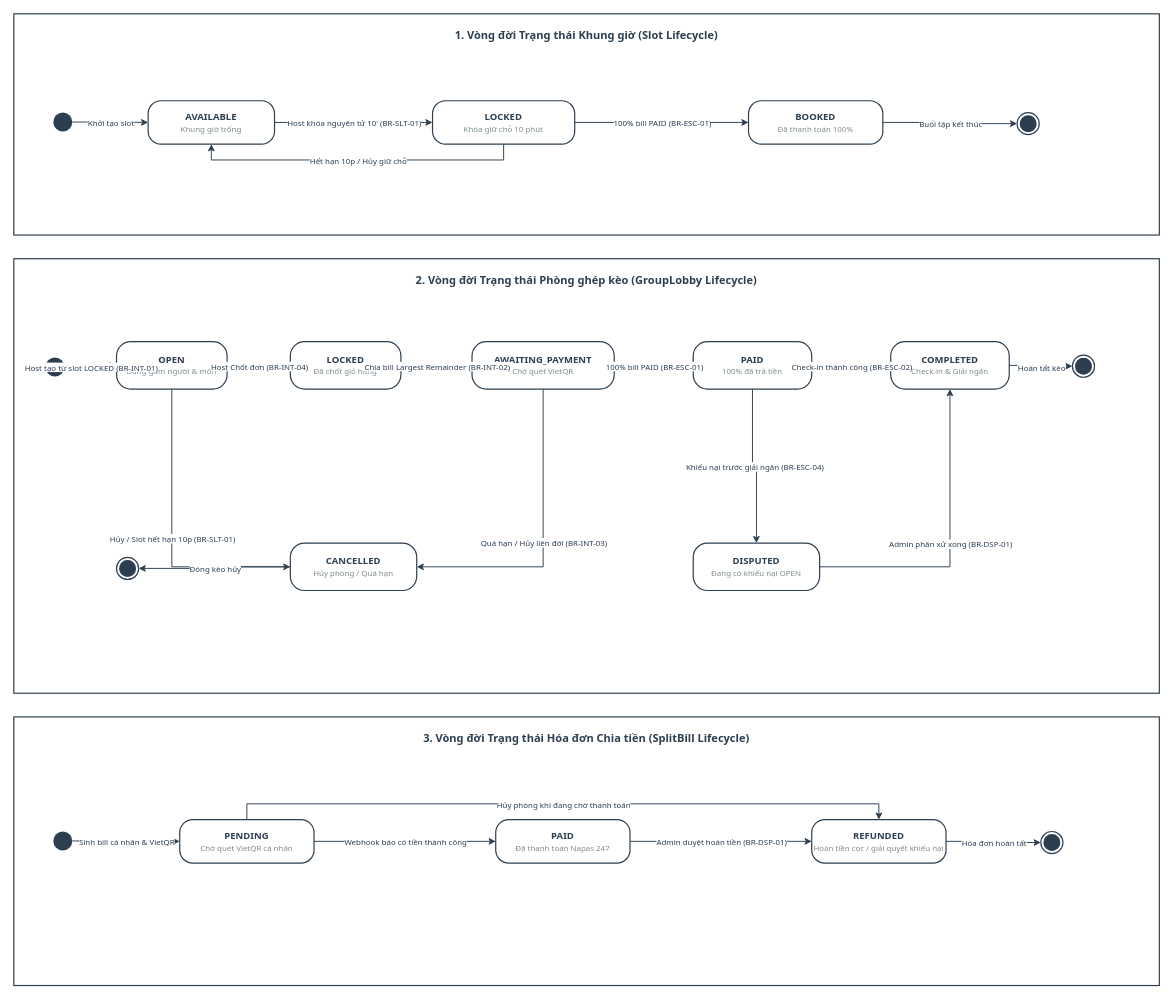
Des1r3d/WebKD keeps this draw.io diagram as page "Vòng đời Slot, Lobby & Bill" (1 of 2) of docs/diagrams/StateMachine.drawio. Above is the earlier version. Source tidied: cells renumbered, new cells numbered last; positions are measured from the earlier drawing's top-left corner, leaving out a move shared by most shapes. Both pictures are drawn from the tidied source at 79%, with x=0, y=0 at pixel (13, 13).
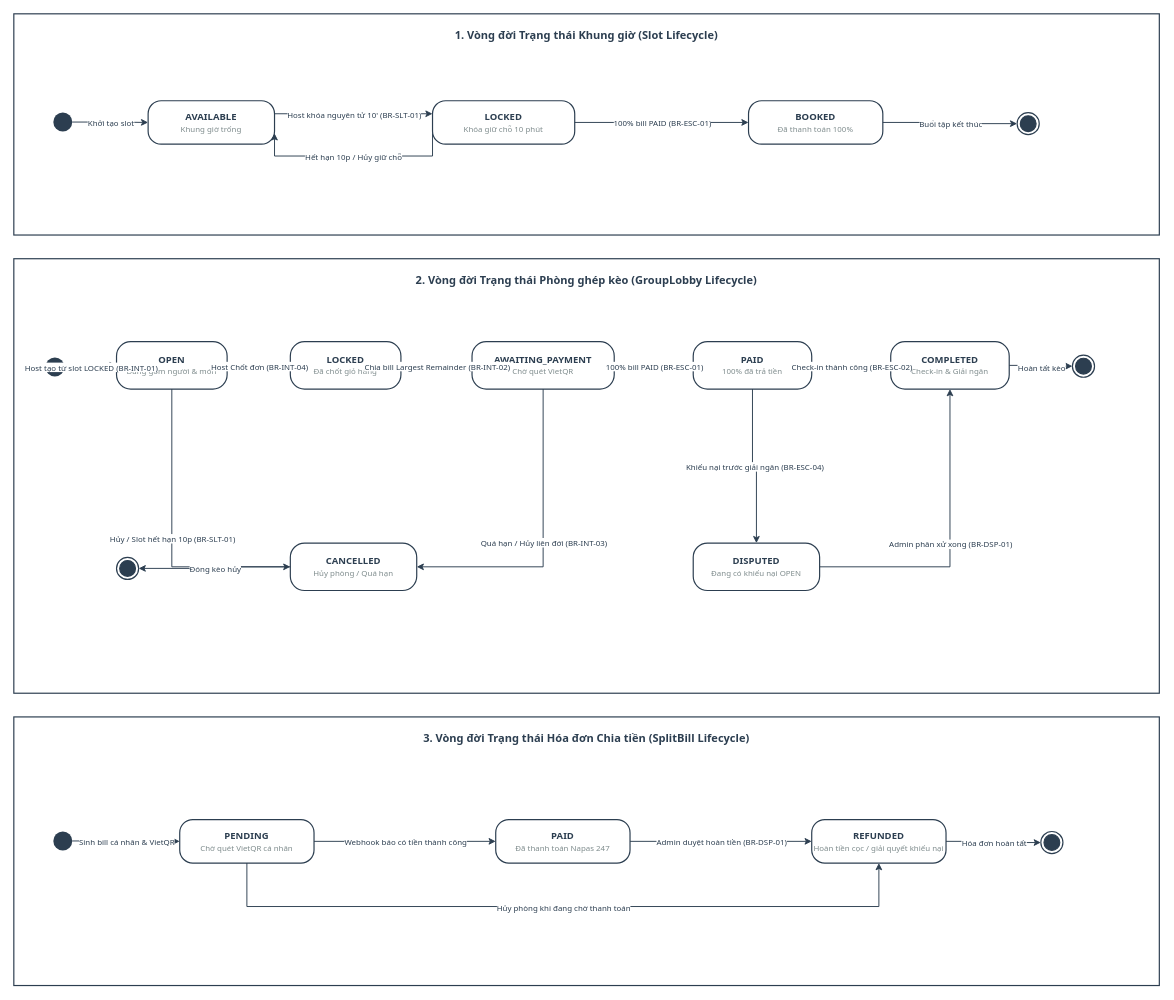
The same diagram, later.

Unchanged cells that the change refers to:
```xml
<mxCell id="4" value="&lt;b&gt;AVAILABLE&lt;/b&gt;&lt;br/&gt;&lt;font style='font-size:10px;font-weight:normal;color:#7F8C8D;'&gt;Khung giờ trống&lt;/font&gt;" style="rounded=1;arcSize=30;whiteSpace=wrap;html=1;fillColor=#FFFFFF;strokeColor=#2C3E50;strokeWidth=1.5;fontFamily=Tahoma;fontSize=12;fontStyle=1;fontColor=#2C3E50;align=center;" parent="1" vertex="1">
  <mxGeometry x="170" y="110" width="160" height="55" as="geometry" />
</mxCell>
<mxCell id="5" value="&lt;b&gt;LOCKED&lt;/b&gt;&lt;br/&gt;&lt;font style='font-size:10px;font-weight:normal;color:#7F8C8D;'&gt;Khóa giữ chỗ 10 phút&lt;/font&gt;" style="rounded=1;arcSize=30;whiteSpace=wrap;html=1;fillColor=#FFFFFF;strokeColor=#2C3E50;strokeWidth=1.5;fontFamily=Tahoma;fontSize=12;fontStyle=1;fontColor=#2C3E50;align=center;" parent="1" vertex="1">
  <mxGeometry x="530" y="110" width="180" height="55" as="geometry" />
</mxCell>
<mxCell id="53" value="&lt;b&gt;PENDING&lt;/b&gt;&lt;br/&gt;&lt;font style='font-size:10px;font-weight:normal;color:#7F8C8D;'&gt;Chờ quét VietQR cá nhân&lt;/font&gt;" style="rounded=1;arcSize=30;whiteSpace=wrap;html=1;fillColor=#FFFFFF;strokeColor=#2C3E50;strokeWidth=1.5;fontFamily=Tahoma;fontSize=12;fontStyle=1;fontColor=#2C3E50;align=center;" parent="1" vertex="1">
  <mxGeometry x="210" y="1020" width="170" height="55" as="geometry" />
</mxCell>
<mxCell id="55" value="&lt;b&gt;REFUNDED&lt;/b&gt;&lt;br/&gt;&lt;font style='font-size:10px;font-weight:normal;color:#7F8C8D;'&gt;Hoàn tiền cọc / giải quyết khiếu nại&lt;/font&gt;" style="rounded=1;arcSize=30;whiteSpace=wrap;html=1;fillColor=#FFFFFF;strokeColor=#2C3E50;strokeWidth=1.5;fontFamily=Tahoma;fontSize=12;fontStyle=1;fontColor=#2C3E50;align=center;" parent="1" vertex="1">
  <mxGeometry x="1010" y="1020" width="170" height="55" as="geometry" />
</mxCell>
```

The edit, as a diff of the source:
```diff
@@
-    <mxCell id="10" style="edgeStyle=orthogonalEdgeStyle;rounded=0;jettySize=auto;html=1;endArrow=classic;endFill=1;strokeColor=#2C3E50;strokeWidth=1.2;fontFamily=Tahoma;" parent="1" edge="1" source="4" target="5">
+    <mxCell id="10" style="edgeStyle=orthogonalEdgeStyle;rounded=0;jettySize=auto;html=1;endArrow=classic;endFill=1;strokeColor=#2C3E50;strokeWidth=1.2;fontFamily=Tahoma;exitX=1;exitY=0.3;entryX=0;entryY=0.3;" parent="1" edge="1" source="4" target="5">
       <mxGeometry relative="1" as="geometry" />
     </mxCell>
@@
-    <mxCell id="12" style="edgeStyle=orthogonalEdgeStyle;rounded=0;jettySize=auto;html=1;endArrow=classic;endFill=1;strokeColor=#2C3E50;strokeWidth=1.2;fontFamily=Tahoma;exitX=0.5;exitY=1;exitDx=0;exitDy=0;entryX=0.5;entryY=1;entryDx=0;entryDy=0;" parent="1" edge="1" source="5" target="4">
-      <mxGeometry relative="1" as="geometry" />
+    <mxCell id="12" style="edgeStyle=orthogonalEdgeStyle;rounded=0;jettySize=auto;html=1;endArrow=classic;endFill=1;strokeColor=#2C3E50;strokeWidth=1.2;fontFamily=Tahoma;exitX=0;exitY=0.75;entryX=1;entryY=0.75;" parent="1" edge="1" source="5" target="4">
+      <mxGeometry relative="1" as="geometry">
+        <Array as="points">
+          <mxPoint x="490" y="180" />
+          <mxPoint x="370" y="180" />
+        </Array>
+      </mxGeometry>
     </mxCell>
@@
-    <mxCell id="61" style="edgeStyle=orthogonalEdgeStyle;rounded=0;jettySize=auto;html=1;endArrow=classic;endFill=1;strokeColor=#2C3E50;strokeWidth=1.2;fontFamily=Tahoma;exitX=0.5;exitY=0;exitDx=0;exitDy=0;entryX=0.5;entryY=0;entryDx=0;entryDy=0;" parent="1" edge="1" source="53" target="55">
-      <mxGeometry relative="1" as="geometry" />
+    <mxCell id="61" style="edgeStyle=orthogonalEdgeStyle;rounded=0;jettySize=auto;html=1;endArrow=classic;endFill=1;strokeColor=#2C3E50;strokeWidth=1.2;fontFamily=Tahoma;exitX=0.5;exitY=1;entryX=0.5;entryY=1;" parent="1" edge="1" source="53" target="55">
+      <mxGeometry relative="1" as="geometry">
+        <Array as="points">
+          <mxPoint x="295" y="1130" />
+          <mxPoint x="1095" y="1130" />
+        </Array>
+      </mxGeometry>
     </mxCell>
```
